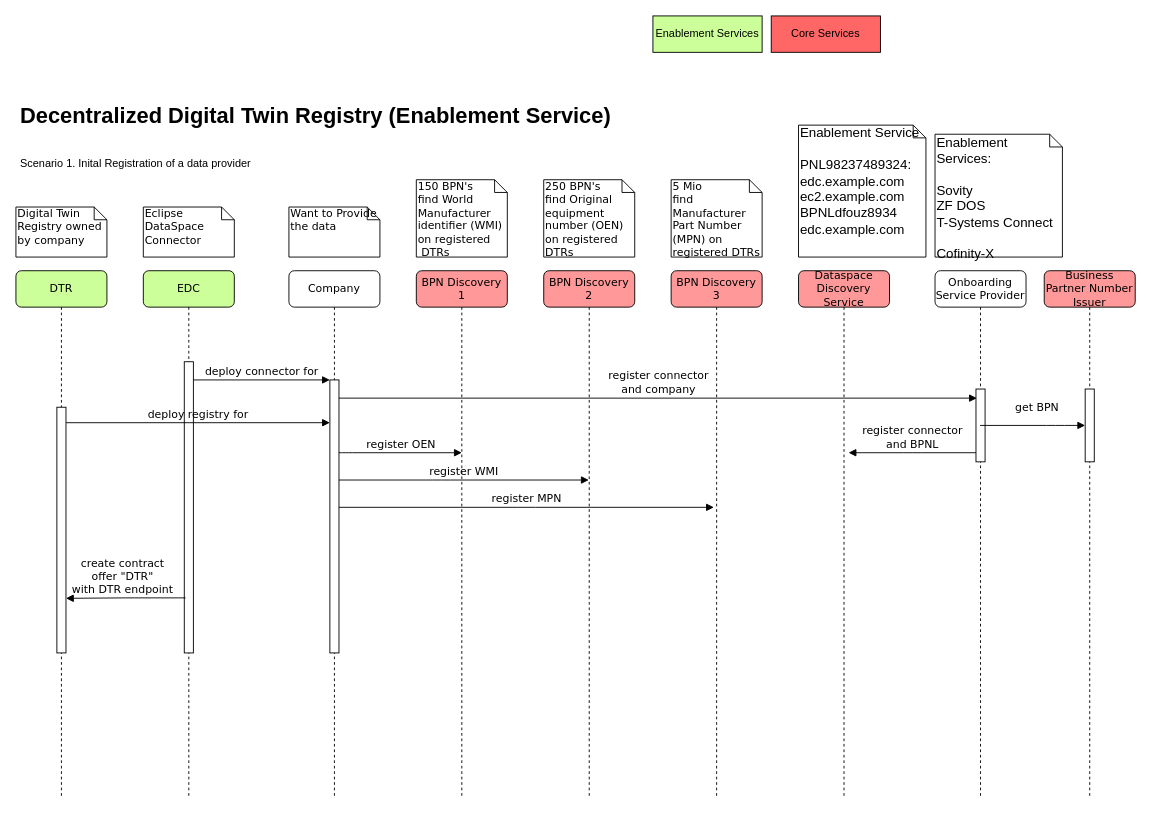
Earlier version of the draw.io diagram docs/media/drawings/decentrilzedDTR-registrationDataProvider.drawio (eclipse-tractusx/sldt-bpn-discovery). Source tidied: cells renumbered, new cells numbered last; positions are measured from the earlier drawing's top-left corner, leaving out a move shared by most shapes. Both pictures are drawn from the tidied source at 91%, with x=0, y=0 at pixel (15, 15).
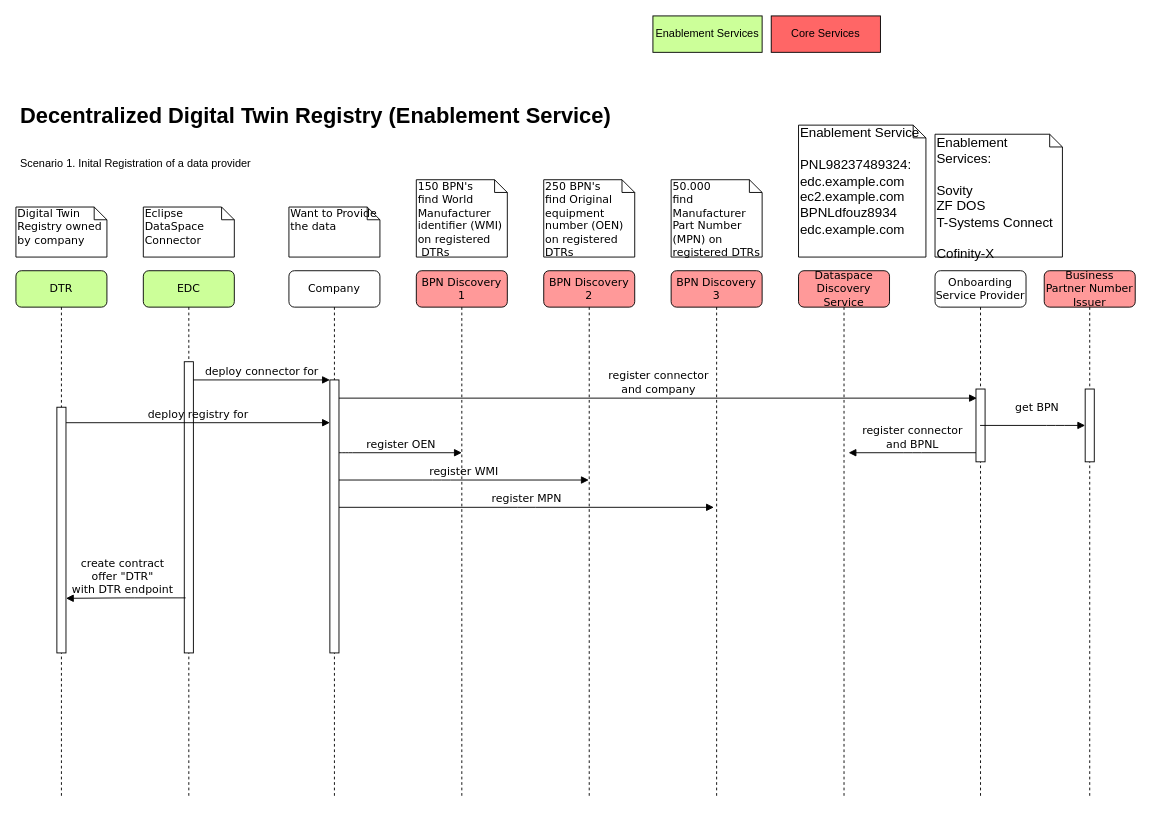
The same page after the edit.

The edit, as a diff of the source:
```diff
@@
-    <mxCell id="20" value="5 Mio&lt;br&gt;find Manufacturer Part Number (MPN) on registered DTRs" style="shape=note;whiteSpace=wrap;html=1;size=14;verticalAlign=top;align=left;spacingTop=-6;rounded=0;shadow=0;comic=0;labelBackgroundColor=none;strokeWidth=1;fontFamily=Verdana;fontSize=12;" parent="1" vertex="1">
+    <mxCell id="20" value="50.000&lt;br&gt;find Manufacturer Part Number (MPN) on registered DTRs" style="shape=note;whiteSpace=wrap;html=1;size=14;verticalAlign=top;align=left;spacingTop=-6;rounded=0;shadow=0;comic=0;labelBackgroundColor=none;strokeWidth=1;fontFamily=Verdana;fontSize=12;" parent="1" vertex="1">
       <mxGeometry x="720" y="180" width="100" height="85" as="geometry" />
     </mxCell>
```
